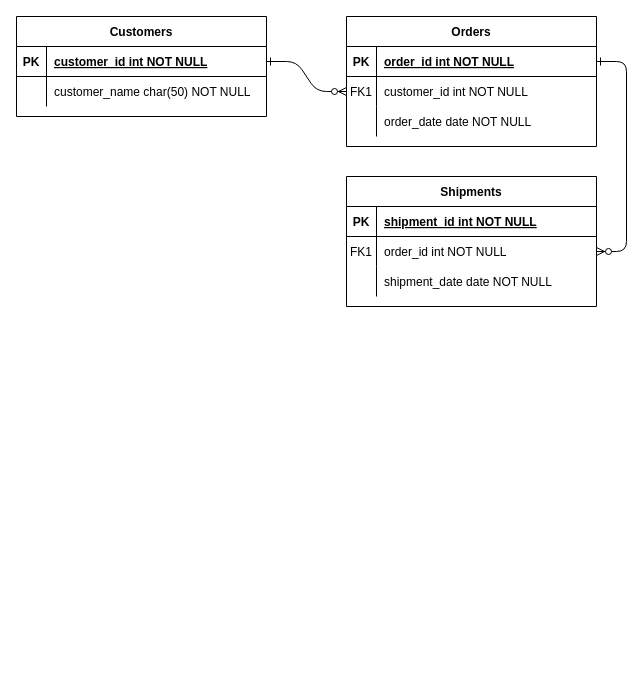
SimKyunam/ch04-model1 keeps this draw.io diagram as src/main/resources/Untitled Diagram.drawio. Above is the earlier version. Source tidied: cells renumbered, new cells numbered last; positions are measured from the earlier drawing's top-left corner, leaving out a move shared by most shapes. Both pictures are drawn from the tidied source at 100%, with x=0, y=0 at pixel (16, 16).
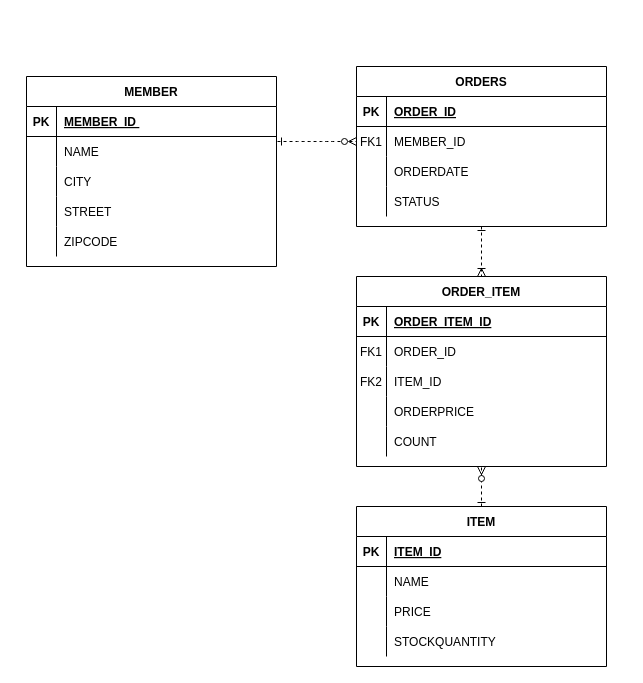
The same page after the edit.

Unchanged cells that the change refers to:
```xml
<mxCell id="5" style="shape=partialRectangle;fillColor=none;points=[[0,0.5],[1,0.5]];portConstraint=eastwest;top=0;left=0;right=0;bottom=1;" parent="4" vertex="1">
  <mxGeometry y="30" width="250" height="30" as="geometry" />
</mxCell>
<mxCell id="8" style="shape=partialRectangle;fillColor=none;points=[[0,0.5],[1,0.5]];portConstraint=eastwest;top=0;left=0;right=0;bottom=0;" parent="4" vertex="1">
  <mxGeometry y="60" width="250" height="30" as="geometry" />
</mxCell>
<mxCell id="11" style="shape=partialRectangle;fillColor=none;top=0;left=0;right=0;bottom=0;" parent="4" vertex="1">
  <mxGeometry y="90" width="250" height="30" as="geometry" />
</mxCell>
<mxCell id="15" style="shape=partialRectangle;fillColor=none;top=0;left=0;right=0;bottom=1;" parent="14" vertex="1">
  <mxGeometry y="30" width="250" height="30" as="geometry" />
</mxCell>
<mxCell id="18" style="shape=partialRectangle;fillColor=none;points=[[0,0.5],[1,0.5]];portConstraint=eastwest;top=0;left=0;right=0;bottom=0;" parent="14" vertex="1">
  <mxGeometry y="60" width="250" height="30" as="geometry" />
</mxCell>
<mxCell id="21" style="shape=partialRectangle;fillColor=none;top=0;left=0;right=0;bottom=0;" parent="14" vertex="1">
  <mxGeometry y="90" width="250" height="30" as="geometry" />
</mxCell>
<mxCell id="25" style="shape=partialRectangle;fillColor=none;points=[[0,0.5],[1,0.5]];portConstraint=eastwest;top=0;left=0;right=0;bottom=1;" parent="24" vertex="1">
  <mxGeometry y="30" width="250" height="30" as="geometry" />
</mxCell>
<mxCell id="28" style="shape=partialRectangle;fillColor=none;top=0;left=0;right=0;bottom=0;" parent="24" vertex="1">
  <mxGeometry y="60" width="250" height="30" as="geometry" />
</mxCell>
```

The edit, as a diff of the source:
```diff
@@
-    <mxCell id="2" style="edgeStyle=entityRelationEdgeStyle;endArrow=ERzeroToMany;startArrow=ERone;endFill=1;startFill=0;" parent="1" edge="1" source="25" target="8">
-      <mxGeometry relative="1" as="geometry" />
+    <mxCell id="2" style="edgeStyle=entityRelationEdgeStyle;endArrow=ERzeroToMany;startArrow=ERone;endFill=1;startFill=0;dashed=1;entryX=0;entryY=0.5;entryDx=0;entryDy=0;" parent="1" edge="1" target="8">
+      <mxGeometry relative="1" as="geometry">
+        <mxPoint x="261" y="125" as="sourcePoint" />
+      </mxGeometry>
     </mxCell>
-    <mxCell id="3" style="edgeStyle=entityRelationEdgeStyle;endArrow=ERzeroToMany;startArrow=ERone;endFill=1;startFill=0;" parent="1" edge="1" source="5" target="18">
-      <mxGeometry relative="1" as="geometry" />
-    </mxCell>
+    <mxCell id="31" style="edgeStyle=orthogonalEdgeStyle;rounded=0;jettySize=auto;html=1;exitX=0.5;exitY=1;exitDx=0;exitDy=0;entryX=0.5;entryY=0;entryDx=0;entryDy=0;dashed=1;startArrow=ERone;startFill=0;endArrow=ERoneToMany;endFill=0;" parent="1" edge="1" source="4" target="14">
+      <mxGeometry relative="1" as="geometry" />
+    </mxCell>
-    <mxCell id="4" value="Orders" style="shape=table;startSize=30;childLayout=tableLayout;rowLines=0;fontStyle=1;align=center;" parent="1" vertex="1">
-      <mxGeometry x="330" width="250" height="130" as="geometry" />
+    <mxCell id="4" value="ORDERS" style="shape=table;startSize=30;childLayout=tableLayout;rowLines=0;fontStyle=1;align=center;" parent="1" vertex="1">
+      <mxGeometry x="340" y="50" width="250" height="160" as="geometry" />
     </mxCell>
@@
-    <mxCell id="7" value="order_id int NOT NULL " style="shape=partialRectangle;overflow=hidden;fillColor=none;top=0;left=0;bottom=0;right=0;align=left;spacingLeft=6;fontStyle=5;" parent="5" vertex="1">
+    <mxCell id="7" value="ORDER_ID" style="shape=partialRectangle;overflow=hidden;fillColor=none;top=0;left=0;bottom=0;right=0;align=left;spacingLeft=6;fontStyle=5;" parent="5" vertex="1">
       <mxGeometry x="30" width="220" height="30" as="geometry" />
     </mxCell>
@@
-    <mxCell id="10" value="customer_id int NOT NULL" style="shape=partialRectangle;overflow=hidden;fillColor=none;top=0;left=0;bottom=0;right=0;align=left;spacingLeft=6;" parent="8" vertex="1">
+    <mxCell id="10" value="MEMBER_ID" style="shape=partialRectangle;overflow=hidden;fillColor=none;top=0;left=0;bottom=0;right=0;align=left;spacingLeft=6;" parent="8" vertex="1">
       <mxGeometry x="30" width="220" height="30" as="geometry" />
     </mxCell>
@@
-    <mxCell id="13" value="order_date date NOT NULL" style="shape=partialRectangle;overflow=hidden;fillColor=none;top=0;left=0;bottom=0;right=0;align=left;spacingLeft=6;" parent="11" vertex="1">
+    <mxCell id="13" value="ORDERDATE" style="shape=partialRectangle;overflow=hidden;fillColor=none;top=0;left=0;bottom=0;right=0;align=left;spacingLeft=6;" parent="11" vertex="1">
       <mxGeometry x="30" width="220" height="30" as="geometry" />
     </mxCell>
+    <mxCell id="32" style="shape=partialRectangle;fillColor=none;top=0;left=0;right=0;bottom=0;" parent="4" vertex="1">
+      <mxGeometry y="120" width="250" height="30" as="geometry" />
+    </mxCell>
+    <mxCell id="33" style="shape=partialRectangle;overflow=hidden;fillColor=none;top=0;left=0;bottom=0;right=0;" parent="32" vertex="1">
+      <mxGeometry width="30" height="30" as="geometry" />
+    </mxCell>
+    <mxCell id="34" value="STATUS" style="shape=partialRectangle;overflow=hidden;fillColor=none;top=0;left=0;bottom=0;right=0;align=left;spacingLeft=6;" parent="32" vertex="1">
+      <mxGeometry x="30" width="220" height="30" as="geometry" />
+    </mxCell>
-    <mxCell id="14" value="Shipments" style="shape=table;startSize=30;childLayout=tableLayout;rowLines=0;fontStyle=1;align=center;" parent="1" vertex="1">
-      <mxGeometry x="330" y="160" width="250" height="130" as="geometry" />
+    <mxCell id="14" value="ORDER_ITEM" style="shape=table;startSize=30;childLayout=tableLayout;rowLines=0;fontStyle=1;align=center;" parent="1" vertex="1">
+      <mxGeometry x="340" y="260" width="250" height="190" as="geometry" />
     </mxCell>
@@
-    <mxCell id="17" value="shipment_id int NOT NULL " style="shape=partialRectangle;overflow=hidden;fillColor=none;top=0;left=0;bottom=0;right=0;align=left;spacingLeft=6;fontStyle=5;" parent="15" vertex="1">
+    <mxCell id="17" value="ORDER_ITEM_ID" style="shape=partialRectangle;overflow=hidden;fillColor=none;top=0;left=0;bottom=0;right=0;align=left;spacingLeft=6;fontStyle=5;" parent="15" vertex="1">
       <mxGeometry x="30" width="220" height="30" as="geometry" />
     </mxCell>
@@
-    <mxCell id="20" value="order_id int NOT NULL" style="shape=partialRectangle;overflow=hidden;fillColor=none;top=0;left=0;bottom=0;right=0;align=left;spacingLeft=6;" parent="18" vertex="1">
+    <mxCell id="20" value="ORDER_ID" style="shape=partialRectangle;overflow=hidden;fillColor=none;top=0;left=0;bottom=0;right=0;align=left;spacingLeft=6;" parent="18" vertex="1">
       <mxGeometry x="30" width="220" height="30" as="geometry" />
     </mxCell>
@@
-    <mxCell id="22" style="shape=partialRectangle;overflow=hidden;fillColor=none;top=0;left=0;bottom=0;right=0;" parent="21" vertex="1">
+    <mxCell id="22" value="FK2" style="shape=partialRectangle;overflow=hidden;fillColor=none;top=0;left=0;bottom=0;right=0;" parent="21" vertex="1">
       <mxGeometry width="30" height="30" as="geometry" />
     </mxCell>
-    <mxCell id="23" value="shipment_date date NOT NULL" style="shape=partialRectangle;overflow=hidden;fillColor=none;top=0;left=0;bottom=0;right=0;align=left;spacingLeft=6;" parent="21" vertex="1">
+    <mxCell id="23" value="ITEM_ID" style="shape=partialRectangle;overflow=hidden;fillColor=none;top=0;left=0;bottom=0;right=0;align=left;spacingLeft=6;" parent="21" vertex="1">
       <mxGeometry x="30" width="220" height="30" as="geometry" />
     </mxCell>
+    <mxCell id="35" style="shape=partialRectangle;fillColor=none;top=0;left=0;right=0;bottom=0;" parent="14" vertex="1">
+      <mxGeometry y="120" width="250" height="30" as="geometry" />
+    </mxCell>
+    <mxCell id="36" style="shape=partialRectangle;overflow=hidden;fillColor=none;top=0;left=0;bottom=0;right=0;" parent="35" vertex="1">
+      <mxGeometry width="30" height="30" as="geometry" />
+    </mxCell>
+    <mxCell id="37" value="ORDERPRICE" style="shape=partialRectangle;overflow=hidden;fillColor=none;top=0;left=0;bottom=0;right=0;align=left;spacingLeft=6;" parent="35" vertex="1">
+      <mxGeometry x="30" width="220" height="30" as="geometry" />
+    </mxCell>
+    <mxCell id="38" style="shape=partialRectangle;fillColor=none;top=0;left=0;right=0;bottom=0;" parent="14" vertex="1">
+      <mxGeometry y="150" width="250" height="30" as="geometry" />
+    </mxCell>
+    <mxCell id="39" style="shape=partialRectangle;overflow=hidden;fillColor=none;top=0;left=0;bottom=0;right=0;" parent="38" vertex="1">
+      <mxGeometry width="30" height="30" as="geometry" />
+    </mxCell>
+    <mxCell id="40" value="COUNT" style="shape=partialRectangle;overflow=hidden;fillColor=none;top=0;left=0;bottom=0;right=0;align=left;spacingLeft=6;" parent="38" vertex="1">
+      <mxGeometry x="30" width="220" height="30" as="geometry" />
+    </mxCell>
-    <mxCell id="24" value="Customers" style="shape=table;startSize=30;childLayout=tableLayout;rowLines=0;fontStyle=1;align=center;" parent="1" vertex="1">
-      <mxGeometry width="250" height="100" as="geometry" />
+    <mxCell id="24" value="MEMBER" style="shape=table;startSize=30;childLayout=tableLayout;rowLines=0;fontStyle=1;align=center;" parent="1" vertex="1">
+      <mxGeometry x="10" y="60" width="250" height="190" as="geometry" />
     </mxCell>
@@
-    <mxCell id="27" value="customer_id int NOT NULL " style="shape=partialRectangle;overflow=hidden;fillColor=none;top=0;left=0;bottom=0;right=0;align=left;spacingLeft=6;fontStyle=5;" parent="25" vertex="1">
+    <mxCell id="27" value="MEMBER_ID " style="shape=partialRectangle;overflow=hidden;fillColor=none;top=0;left=0;bottom=0;right=0;align=left;spacingLeft=6;fontStyle=5;" parent="25" vertex="1">
       <mxGeometry x="30" width="220" height="30" as="geometry" />
     </mxCell>
@@
-    <mxCell id="30" value="customer_name char(50) NOT NULL" style="shape=partialRectangle;overflow=hidden;fillColor=none;top=0;left=0;bottom=0;right=0;align=left;spacingLeft=6;" parent="28" vertex="1">
+    <mxCell id="30" value="NAME" style="shape=partialRectangle;overflow=hidden;fillColor=none;top=0;left=0;bottom=0;right=0;align=left;spacingLeft=6;" parent="28" vertex="1">
       <mxGeometry x="30" width="220" height="30" as="geometry" />
     </mxCell>
+    <mxCell id="41" style="shape=partialRectangle;fillColor=none;top=0;left=0;right=0;bottom=0;" parent="24" vertex="1">
+      <mxGeometry y="90" width="250" height="30" as="geometry" />
+    </mxCell>
+    <mxCell id="42" style="shape=partialRectangle;overflow=hidden;fillColor=none;top=0;left=0;bottom=0;right=0;" parent="41" vertex="1">
+      <mxGeometry width="30" height="30" as="geometry" />
+    </mxCell>
+    <mxCell id="43" value="CITY" style="shape=partialRectangle;overflow=hidden;fillColor=none;top=0;left=0;bottom=0;right=0;align=left;spacingLeft=6;" parent="41" vertex="1">
+      <mxGeometry x="30" width="220" height="30" as="geometry" />
+    </mxCell>
+    <mxCell id="44" style="shape=partialRectangle;fillColor=none;top=0;left=0;right=0;bottom=0;" parent="24" vertex="1">
+      <mxGeometry y="120" width="250" height="30" as="geometry" />
+    </mxCell>
+    <mxCell id="45" style="shape=partialRectangle;overflow=hidden;fillColor=none;top=0;left=0;bottom=0;right=0;" parent="44" vertex="1">
+      <mxGeometry width="30" height="30" as="geometry" />
+    </mxCell>
+    <mxCell id="46" value="STREET" style="shape=partialRectangle;overflow=hidden;fillColor=none;top=0;left=0;bottom=0;right=0;align=left;spacingLeft=6;" parent="44" vertex="1">
+      <mxGeometry x="30" width="220" height="30" as="geometry" />
+    </mxCell>
+    <mxCell id="47" style="shape=partialRectangle;fillColor=none;top=0;left=0;right=0;bottom=0;" parent="24" vertex="1">
+      <mxGeometry y="150" width="250" height="30" as="geometry" />
+    </mxCell>
+    <mxCell id="48" style="shape=partialRectangle;overflow=hidden;fillColor=none;top=0;left=0;bottom=0;right=0;" parent="47" vertex="1">
+      <mxGeometry width="30" height="30" as="geometry" />
+    </mxCell>
+    <mxCell id="49" value="ZIPCODE" style="shape=partialRectangle;overflow=hidden;fillColor=none;top=0;left=0;bottom=0;right=0;align=left;spacingLeft=6;" parent="47" vertex="1">
+      <mxGeometry x="30" width="220" height="30" as="geometry" />
+    </mxCell>
+    <mxCell id="50" style="edgeStyle=orthogonalEdgeStyle;rounded=0;jettySize=auto;html=1;exitX=0.5;exitY=0;exitDx=0;exitDy=0;entryX=0.5;entryY=1;entryDx=0;entryDy=0;dashed=1;startArrow=ERone;startFill=0;endArrow=ERzeroToMany;endFill=1;" parent="1" edge="1" source="51" target="14">
+      <mxGeometry relative="1" as="geometry" />
+    </mxCell>
+    <mxCell id="51" value="ITEM" style="shape=table;startSize=30;childLayout=tableLayout;rowLines=0;fontStyle=1;align=center;" parent="1" vertex="1">
+      <mxGeometry x="340" y="490" width="250" height="160" as="geometry" />
+    </mxCell>
+    <mxCell id="52" style="shape=partialRectangle;fillColor=none;top=0;left=0;right=0;bottom=1;" parent="51" vertex="1">
+      <mxGeometry y="30" width="250" height="30" as="geometry" />
+    </mxCell>
+    <mxCell id="53" value="PK" style="shape=partialRectangle;overflow=hidden;fillColor=none;top=0;left=0;bottom=0;right=0;fontStyle=1;" parent="52" vertex="1">
+      <mxGeometry width="30" height="30" as="geometry" />
+    </mxCell>
+    <mxCell id="54" value="ITEM_ID" style="shape=partialRectangle;overflow=hidden;fillColor=none;top=0;left=0;bottom=0;right=0;align=left;spacingLeft=6;fontStyle=5;" parent="52" vertex="1">
+      <mxGeometry x="30" width="220" height="30" as="geometry" />
+    </mxCell>
+    <mxCell id="55" style="shape=partialRectangle;fillColor=none;top=0;left=0;right=0;bottom=0;" parent="51" vertex="1">
+      <mxGeometry y="60" width="250" height="30" as="geometry" />
+    </mxCell>
+    <mxCell id="56" style="shape=partialRectangle;overflow=hidden;fillColor=none;top=0;left=0;bottom=0;right=0;" parent="55" vertex="1">
+      <mxGeometry width="30" height="30" as="geometry" />
+    </mxCell>
+    <mxCell id="57" value="NAME" style="shape=partialRectangle;overflow=hidden;fillColor=none;top=0;left=0;bottom=0;right=0;align=left;spacingLeft=6;" parent="55" vertex="1">
+      <mxGeometry x="30" width="220" height="30" as="geometry" />
+    </mxCell>
+    <mxCell id="58" style="shape=partialRectangle;fillColor=none;top=0;left=0;right=0;bottom=0;" parent="51" vertex="1">
+      <mxGeometry y="90" width="250" height="30" as="geometry" />
+    </mxCell>
+    <mxCell id="59" style="shape=partialRectangle;overflow=hidden;fillColor=none;top=0;left=0;bottom=0;right=0;" parent="58" vertex="1">
+      <mxGeometry width="30" height="30" as="geometry" />
+    </mxCell>
+    <mxCell id="60" value="PRICE" style="shape=partialRectangle;overflow=hidden;fillColor=none;top=0;left=0;bottom=0;right=0;align=left;spacingLeft=6;" parent="58" vertex="1">
+      <mxGeometry x="30" width="220" height="30" as="geometry" />
+    </mxCell>
+    <mxCell id="61" style="shape=partialRectangle;fillColor=none;top=0;left=0;right=0;bottom=0;" parent="51" vertex="1">
+      <mxGeometry y="120" width="250" height="30" as="geometry" />
+    </mxCell>
+    <mxCell id="62" style="shape=partialRectangle;overflow=hidden;fillColor=none;top=0;left=0;bottom=0;right=0;" parent="61" vertex="1">
+      <mxGeometry width="30" height="30" as="geometry" />
+    </mxCell>
+    <mxCell id="63" value="STOCKQUANTITY" style="shape=partialRectangle;overflow=hidden;fillColor=none;top=0;left=0;bottom=0;right=0;align=left;spacingLeft=6;" parent="61" vertex="1">
+      <mxGeometry x="30" width="220" height="30" as="geometry" />
+    </mxCell>
```
